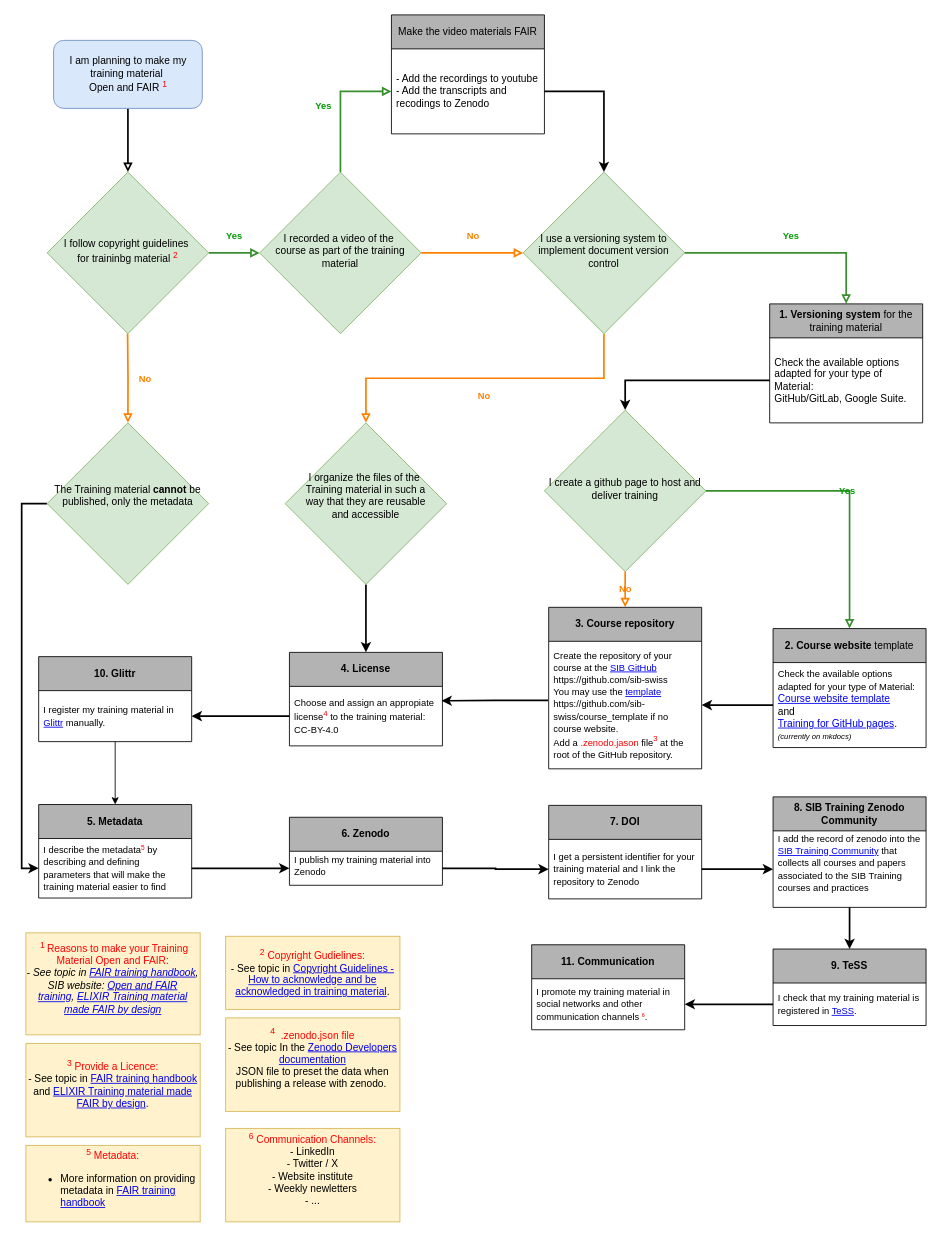
sib-swiss/fair-training-guide keeps this draw.io diagram as docs/assets/training_material_flowchart.drawio. Above is the earlier version. Source tidied: cells renumbered, new cells numbered last; positions are measured from the earlier drawing's top-left corner, leaving out a move shared by most shapes. Both pictures are drawn from the tidied source at 85%, with x=0, y=0 at pixel (26, 14).
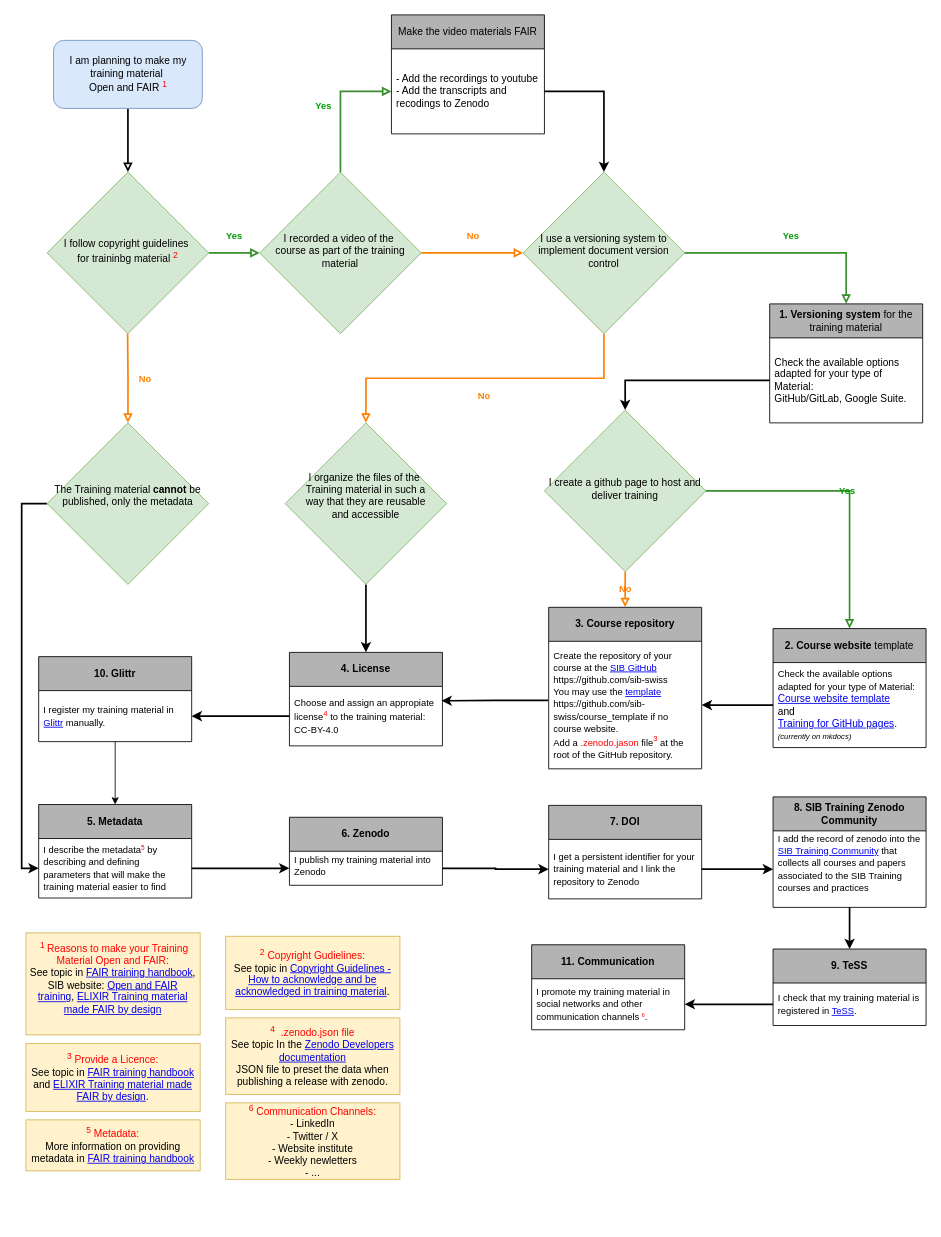
The same page after the edit.

Commit message:
sanitizes text

The edit, as a diff of the source:
```diff
@@
-    <mxCell id="52" value="&lt;div style=&quot;&quot;&gt;&lt;span style=&quot;background-color: initial;&quot;&gt;&amp;nbsp;&lt;/span&gt;&lt;sup style=&quot;background-color: initial; color: rgb(255, 0, 0);&quot;&gt;1&amp;nbsp;&lt;/sup&gt;&lt;span style=&quot;background-color: initial; color: rgb(255, 0, 0);&quot;&gt;Reasons to make your Training Material Open and FAIR:&lt;/span&gt;&lt;/div&gt;&lt;div style=&quot;&quot;&gt;-&amp;nbsp;&lt;i&gt;See topic in &lt;a href=&quot;https://elixir-europe-training.github.io/ELIXIR-TrP-FAIR-training-handbook/chapters/chapter_01/#initial-considerations-for-applying-fair-principles-to-training-materials&quot;&gt;FAIR training handbook&lt;/a&gt;, SIB website:&amp;nbsp;&lt;a href=&quot;https://www.sib.swiss/training/open-and-fair-training&quot;&gt;Open and FAIR training&lt;/a&gt;,&amp;nbsp;&lt;a href=&quot;https://elixir-europe-training.github.io/ELIXIR-TrP-FAIR-Material-By-Design/&quot;&gt;ELIXIR Training material made FAIR by design&lt;/a&gt;&lt;/i&gt;&lt;/div&gt;&lt;div&gt;&lt;br&gt;&lt;/div&gt;" style="rounded=0;whiteSpace=wrap;html=1;fillColor=#fff2cc;strokeColor=#d6b656;" parent="1" vertex="1">
+    <mxCell id="52" value="&lt;div style=&quot;&quot;&gt;&lt;span style=&quot;background-color: initial;&quot;&gt;&amp;nbsp;&lt;/span&gt;&lt;sup style=&quot;background-color: initial; color: rgb(255, 0, 0);&quot;&gt;1&amp;nbsp;&lt;/sup&gt;&lt;span style=&quot;background-color: initial; color: rgb(255, 0, 0);&quot;&gt;Reasons to make your Training Material Open and FAIR:&lt;/span&gt;&lt;/div&gt;&lt;div style=&quot;&quot;&gt;See topic in &lt;a href=&quot;https://elixir-europe-training.github.io/ELIXIR-TrP-FAIR-training-handbook/chapters/chapter_01/#initial-considerations-for-applying-fair-principles-to-training-materials&quot;&gt;FAIR training handbook&lt;/a&gt;, SIB website:&amp;nbsp;&lt;a href=&quot;https://www.sib.swiss/training/open-and-fair-training&quot;&gt;Open and FAIR training&lt;/a&gt;,&amp;nbsp;&lt;a href=&quot;https://elixir-europe-training.github.io/ELIXIR-TrP-FAIR-Material-By-Design/&quot;&gt;ELIXIR Training material made FAIR by design&lt;/a&gt;&lt;/div&gt;&lt;div&gt;&lt;br&gt;&lt;/div&gt;" style="rounded=0;whiteSpace=wrap;html=1;fillColor=#fff2cc;strokeColor=#d6b656;" parent="1" vertex="1">
       <mxGeometry y="1080" width="205" height="120" as="geometry" />
     </mxCell>
-    <mxCell id="53" value="&lt;div style=&quot;&quot;&gt;&lt;div&gt;&lt;font color=&quot;#ff0000&quot;&gt;&lt;sup&gt;2&lt;/sup&gt; Copyright Gudielines:&lt;/font&gt;&lt;/div&gt;&lt;div&gt;- See topic in &lt;a href=&quot;https://zenodo.org/records/5841604&quot;&gt;Copyright Guidelines - How to acknowledge and be acknowledged in training material&lt;/a&gt;.&lt;br&gt;&lt;/div&gt;&lt;/div&gt;" style="rounded=0;whiteSpace=wrap;html=1;fillColor=#fff2cc;strokeColor=#d6b656;" parent="1" vertex="1">
+    <mxCell id="53" value="&lt;div style=&quot;&quot;&gt;&lt;div&gt;&lt;font color=&quot;#ff0000&quot;&gt;&lt;sup&gt;2&lt;/sup&gt; Copyright Gudielines:&lt;/font&gt;&lt;/div&gt;&lt;div&gt;See topic in &lt;a href=&quot;https://zenodo.org/records/5841604&quot;&gt;Copyright Guidelines - How to acknowledge and be acknowledged in training material&lt;/a&gt;.&lt;br&gt;&lt;/div&gt;&lt;/div&gt;" style="rounded=0;whiteSpace=wrap;html=1;fillColor=#fff2cc;strokeColor=#d6b656;" parent="1" vertex="1">
       <mxGeometry x="235" y="1084" width="205" height="86" as="geometry" />
     </mxCell>
-    <mxCell id="54" value="&lt;div style=&quot;&quot;&gt;&lt;div&gt;&lt;span style=&quot;background-color: initial;&quot;&gt;&lt;font color=&quot;#ff0000&quot;&gt;&lt;sup&gt;3&lt;/sup&gt; Provide a Licence:&lt;/font&gt;&lt;/span&gt;&lt;/div&gt;&lt;div&gt;&lt;div&gt;- See topic in &lt;a href=&quot;https://elixir-europe-training.github.io/ELIXIR-TrP-FAIR-training-handbook/chapters/chapter_08/&quot;&gt;FAIR training handbook&lt;/a&gt; and &lt;a href=&quot;https://elixir-europe-training.github.io/ELIXIR-TrP-FAIR-Material-By-Design/chapters/chapter_05/&quot;&gt;ELIXIR Training material made FAIR by design&lt;/a&gt;.&lt;/div&gt;&lt;/div&gt;&lt;div&gt;&lt;br&gt;&lt;/div&gt;&lt;/div&gt;" style="rounded=0;whiteSpace=wrap;html=1;fillColor=#fff2cc;strokeColor=#d6b656;" parent="1" vertex="1">
-      <mxGeometry y="1210" width="205" height="110" as="geometry" />
+    <mxCell id="54" value="&lt;div style=&quot;&quot;&gt;&lt;div&gt;&lt;span style=&quot;background-color: initial;&quot;&gt;&lt;font color=&quot;#ff0000&quot;&gt;&lt;sup&gt;3&lt;/sup&gt; Provide a Licence:&lt;/font&gt;&lt;/span&gt;&lt;/div&gt;&lt;div&gt;&lt;div&gt;See topic in &lt;a href=&quot;https://elixir-europe-training.github.io/ELIXIR-TrP-FAIR-training-handbook/chapters/chapter_08/&quot;&gt;FAIR training handbook&lt;/a&gt; and &lt;a href=&quot;https://elixir-europe-training.github.io/ELIXIR-TrP-FAIR-Material-By-Design/chapters/chapter_05/&quot;&gt;ELIXIR Training material made FAIR by design&lt;/a&gt;.&lt;/div&gt;&lt;/div&gt;&lt;/div&gt;" style="rounded=0;whiteSpace=wrap;html=1;fillColor=#fff2cc;strokeColor=#d6b656;" parent="1" vertex="1">
+      <mxGeometry y="1210" width="205" height="80" as="geometry" />
     </mxCell>
-    <mxCell id="55" value="&lt;div style=&quot;&quot;&gt;&lt;div&gt;&lt;span style=&quot;background-color: initial;&quot;&gt;&lt;font color=&quot;#ff0000&quot;&gt;&lt;sup&gt;4&lt;/sup&gt;&amp;nbsp; .zenodo.json file&lt;/font&gt;&lt;/span&gt;&lt;/div&gt;&lt;div&gt;&lt;div&gt;- See topic In the &lt;a href=&quot;https://developers.zenodo.org/#github&quot;&gt;Zenodo Developers documentation&lt;/a&gt;&lt;/div&gt;&lt;div&gt;JSON file to preset the data when publishing a release with zenodo.&amp;nbsp;&lt;/div&gt;&lt;/div&gt;&lt;div&gt;&lt;br&gt;&lt;/div&gt;&lt;/div&gt;" style="rounded=0;whiteSpace=wrap;html=1;fillColor=#fff2cc;strokeColor=#d6b656;" parent="1" vertex="1">
-      <mxGeometry x="235" y="1180" width="205" height="110" as="geometry" />
+    <mxCell id="55" value="&lt;div style=&quot;&quot;&gt;&lt;div&gt;&lt;span style=&quot;background-color: initial;&quot;&gt;&lt;font color=&quot;#ff0000&quot;&gt;&lt;sup&gt;4&lt;/sup&gt;&amp;nbsp; .zenodo.json file&lt;/font&gt;&lt;/span&gt;&lt;/div&gt;&lt;div&gt;&lt;div&gt;See topic In the &lt;a href=&quot;https://developers.zenodo.org/#github&quot;&gt;Zenodo Developers documentation&lt;/a&gt;&lt;/div&gt;&lt;div&gt;JSON file to preset the data when publishing a release with zenodo. &lt;br&gt;&lt;/div&gt;&lt;/div&gt;&lt;/div&gt;" style="rounded=0;whiteSpace=wrap;html=1;fillColor=#fff2cc;strokeColor=#d6b656;" parent="1" vertex="1">
+      <mxGeometry x="235" y="1180" width="205" height="90" as="geometry" />
     </mxCell>
-    <mxCell id="56" value="&lt;div style=&quot;&quot;&gt;&lt;div&gt;&lt;span style=&quot;background-color: initial;&quot;&gt;&lt;font color=&quot;#ff0000&quot;&gt;&lt;sup&gt;5&lt;/sup&gt; Metadata:&lt;/font&gt;&lt;/span&gt;&lt;/div&gt;&lt;div&gt;&lt;div&gt;&lt;ul&gt;&lt;li style=&quot;text-align: left;&quot;&gt;More information on providing metadata in &lt;a href=&quot;https://elixir-europe-training.github.io/ELIXIR-TrP-FAIR-training-handbook/chapters/chapter_08/&quot;&gt;FAIR training handbook&lt;/a&gt;&lt;/li&gt;&lt;/ul&gt;&lt;/div&gt;&lt;/div&gt;&lt;/div&gt;" style="rounded=0;whiteSpace=wrap;html=1;fillColor=#fff2cc;strokeColor=#d6b656;" parent="1" vertex="1">
-      <mxGeometry y="1330" width="205" height="90" as="geometry" />
+    <mxCell id="56" value="&lt;div style=&quot;&quot;&gt;&lt;div&gt;&lt;span style=&quot;background-color: initial;&quot;&gt;&lt;font color=&quot;#ff0000&quot;&gt;&lt;sup&gt;5&lt;/sup&gt; Metadata:&lt;/font&gt;&lt;/span&gt;&lt;/div&gt;&lt;div&gt;More information on providing metadata in &lt;a href=&quot;https://elixir-europe-training.github.io/ELIXIR-TrP-FAIR-training-handbook/chapters/chapter_08/&quot;&gt;FAIR training handbook&lt;/a&gt;&lt;/div&gt;&lt;/div&gt;" style="rounded=0;whiteSpace=wrap;html=1;fillColor=#fff2cc;strokeColor=#d6b656;" parent="1" vertex="1">
+      <mxGeometry y="1300" width="205" height="60" as="geometry" />
     </mxCell>
-    <mxCell id="57" value="&lt;div style=&quot;&quot;&gt;&lt;div&gt;&lt;span style=&quot;background-color: initial;&quot;&gt;&lt;font color=&quot;#ff0000&quot;&gt;&lt;sup&gt;6&lt;/sup&gt;&amp;nbsp;Communication Channels:&lt;/font&gt;&lt;/span&gt;&lt;/div&gt;&lt;div&gt;&lt;div&gt;- LinkedIn&lt;/div&gt;&lt;/div&gt;&lt;div&gt;- Twitter / X&lt;/div&gt;&lt;div&gt;- Website institute&lt;/div&gt;&lt;div&gt;- Weekly newletters &lt;br&gt;&lt;/div&gt;&lt;div&gt;- ...&lt;br&gt;&lt;/div&gt;&lt;div&gt;&lt;br&gt;&lt;/div&gt;&lt;/div&gt;" style="rounded=0;whiteSpace=wrap;html=1;fillColor=#fff2cc;strokeColor=#d6b656;" parent="1" vertex="1">
-      <mxGeometry x="235" y="1310" width="205" height="110" as="geometry" />
+    <mxCell id="57" value="&lt;div style=&quot;&quot;&gt;&lt;div&gt;&lt;span style=&quot;background-color: initial;&quot;&gt;&lt;font color=&quot;#ff0000&quot;&gt;&lt;sup&gt;6&lt;/sup&gt;&amp;nbsp;Communication Channels:&lt;/font&gt;&lt;/span&gt;&lt;/div&gt;&lt;div&gt;&lt;div&gt;- LinkedIn&lt;/div&gt;&lt;/div&gt;&lt;div&gt;- Twitter / X&lt;/div&gt;&lt;div&gt;- Website institute&lt;/div&gt;&lt;div&gt;- Weekly newletters &lt;br&gt;&lt;/div&gt;&lt;div&gt;- ...&lt;br&gt;&lt;/div&gt;&lt;/div&gt;" style="rounded=0;whiteSpace=wrap;html=1;fillColor=#fff2cc;strokeColor=#d6b656;" parent="1" vertex="1">
+      <mxGeometry x="235" y="1280" width="205" height="90" as="geometry" />
     </mxCell>
```
